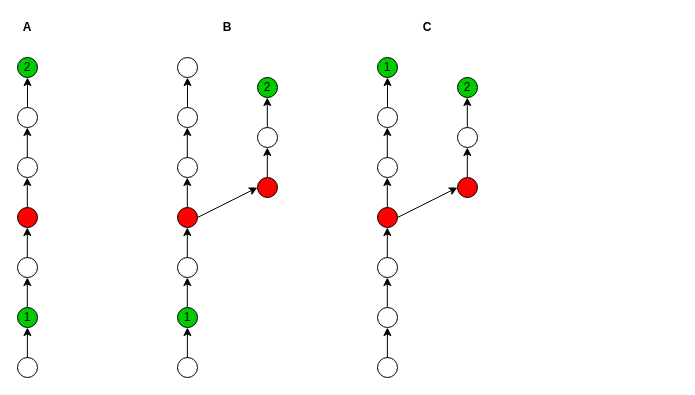
Earlier version of the draw.io diagram branch.drawio (craftslab/diffmanifests). Source tidied: cells renumbered, new cells numbered last; positions are measured from the earlier drawing's top-left corner, leaving out a move shared by most shapes. Both pictures are drawn from the tidied source at 100%, with x=0, y=0 at pixel (17, 17).
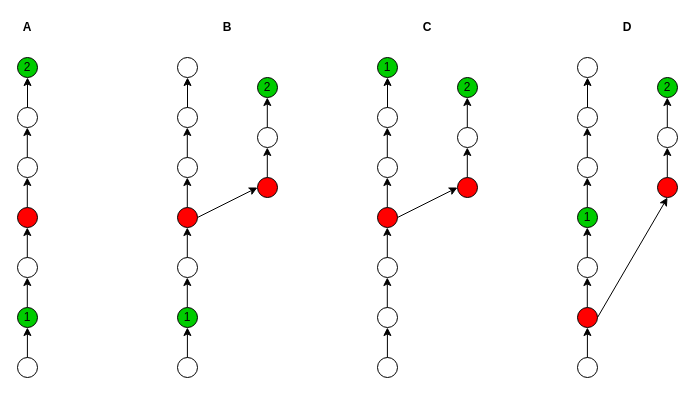
After the change.

Change to the diagram source:
```diff
@@
+    <mxCell id="56" value="D" style="text;html=1;strokeColor=none;fillColor=none;align=center;verticalAlign=middle;whiteSpace=wrap;rounded=0;fontStyle=1;" parent="1" vertex="1">
+      <mxGeometry x="600" width="20" height="20" as="geometry" />
+    </mxCell>
+    <mxCell id="57" style="ellipse;whiteSpace=wrap;html=1;" parent="1" vertex="1">
+      <mxGeometry x="560" y="90" width="20" height="20" as="geometry" />
+    </mxCell>
+    <mxCell id="58" style="ellipse;whiteSpace=wrap;html=1;" parent="1" vertex="1">
+      <mxGeometry x="560" y="140" width="20" height="20" as="geometry" />
+    </mxCell>
+    <mxCell id="59" style="ellipse;whiteSpace=wrap;html=1;" parent="1" vertex="1">
+      <mxGeometry x="560" y="240" width="20" height="20" as="geometry" />
+    </mxCell>
+    <mxCell id="60" style="ellipse;whiteSpace=wrap;html=1;" parent="1" vertex="1">
+      <mxGeometry x="640" y="110" width="20" height="20" as="geometry" />
+    </mxCell>
+    <mxCell id="61" style="endArrow=classic;html=1;exitX=1;exitY=0.5;exitDx=0;exitDy=0;entryX=0.5;entryY=1;entryDx=0;entryDy=0;" parent="1" edge="1" target="71">
+      <mxGeometry relative="1" as="geometry">
+        <mxPoint x="580" y="300" as="sourcePoint" />
+      </mxGeometry>
+    </mxCell>
+    <mxCell id="62" style="endArrow=classic;html=1;" parent="1" edge="1">
+      <mxGeometry relative="1" as="geometry">
+        <mxPoint x="570" y="90" as="sourcePoint" />
+        <mxPoint x="570" y="60" as="targetPoint" />
+      </mxGeometry>
+    </mxCell>
+    <mxCell id="63" style="endArrow=classic;html=1;" parent="1" edge="1">
+      <mxGeometry relative="1" as="geometry">
+        <mxPoint x="569.8" y="140" as="sourcePoint" />
+        <mxPoint x="569.8" y="110" as="targetPoint" />
+      </mxGeometry>
+    </mxCell>
+    <mxCell id="64" style="endArrow=classic;html=1;" parent="1" edge="1">
+      <mxGeometry relative="1" as="geometry">
+        <mxPoint x="569.8" y="190" as="sourcePoint" />
+        <mxPoint x="569.8" y="160" as="targetPoint" />
+      </mxGeometry>
+    </mxCell>
+    <mxCell id="65" style="endArrow=classic;html=1;" parent="1" edge="1">
+      <mxGeometry relative="1" as="geometry">
+        <mxPoint x="569.8" y="240" as="sourcePoint" />
+        <mxPoint x="569.8" y="210" as="targetPoint" />
+      </mxGeometry>
+    </mxCell>
+    <mxCell id="66" style="endArrow=classic;html=1;" parent="1" edge="1">
+      <mxGeometry relative="1" as="geometry">
+        <mxPoint x="569.8" y="290" as="sourcePoint" />
+        <mxPoint x="569.8" y="260" as="targetPoint" />
+      </mxGeometry>
+    </mxCell>
+    <mxCell id="67" style="endArrow=classic;html=1;" parent="1" edge="1">
+      <mxGeometry relative="1" as="geometry">
+        <mxPoint x="649.8" y="160" as="sourcePoint" />
+        <mxPoint x="649.8" y="130" as="targetPoint" />
+      </mxGeometry>
+    </mxCell>
+    <mxCell id="68" style="endArrow=classic;html=1;" parent="1" edge="1">
+      <mxGeometry relative="1" as="geometry">
+        <mxPoint x="649.8" y="110" as="sourcePoint" />
+        <mxPoint x="649.8" y="80" as="targetPoint" />
+      </mxGeometry>
+    </mxCell>
+    <mxCell id="69" style="ellipse;whiteSpace=wrap;html=1;" parent="1" vertex="1">
+      <mxGeometry x="560" y="340" width="20" height="20" as="geometry" />
+    </mxCell>
+    <mxCell id="70" style="endArrow=classic;html=1;" parent="1" edge="1">
+      <mxGeometry relative="1" as="geometry">
+        <mxPoint x="569.9" y="340" as="sourcePoint" />
+        <mxPoint x="569.9" y="310" as="targetPoint" />
+      </mxGeometry>
+    </mxCell>
+    <mxCell id="71" style="ellipse;whiteSpace=wrap;html=1;fillColor=#FF0000;" parent="1" vertex="1">
+      <mxGeometry x="640" y="160" width="20" height="20" as="geometry" />
+    </mxCell>
+    <mxCell id="72" value="2" style="ellipse;whiteSpace=wrap;html=1;fillColor=#00CC00;" parent="1" vertex="1">
+      <mxGeometry x="640" y="60" width="20" height="20" as="geometry" />
+    </mxCell>
+    <mxCell id="73" style="ellipse;whiteSpace=wrap;html=1;" parent="1" vertex="1">
+      <mxGeometry x="560" y="40" width="20" height="20" as="geometry" />
+    </mxCell>
+    <mxCell id="74" style="ellipse;whiteSpace=wrap;html=1;fillColor=#FF0000;" parent="1" vertex="1">
+      <mxGeometry x="560" y="290" width="20" height="20" as="geometry" />
+    </mxCell>
+    <mxCell id="75" value="1" style="ellipse;whiteSpace=wrap;html=1;fillColor=#00CC00;" parent="1" vertex="1">
+      <mxGeometry x="560" y="190" width="20" height="20" as="geometry" />
+    </mxCell>
```
